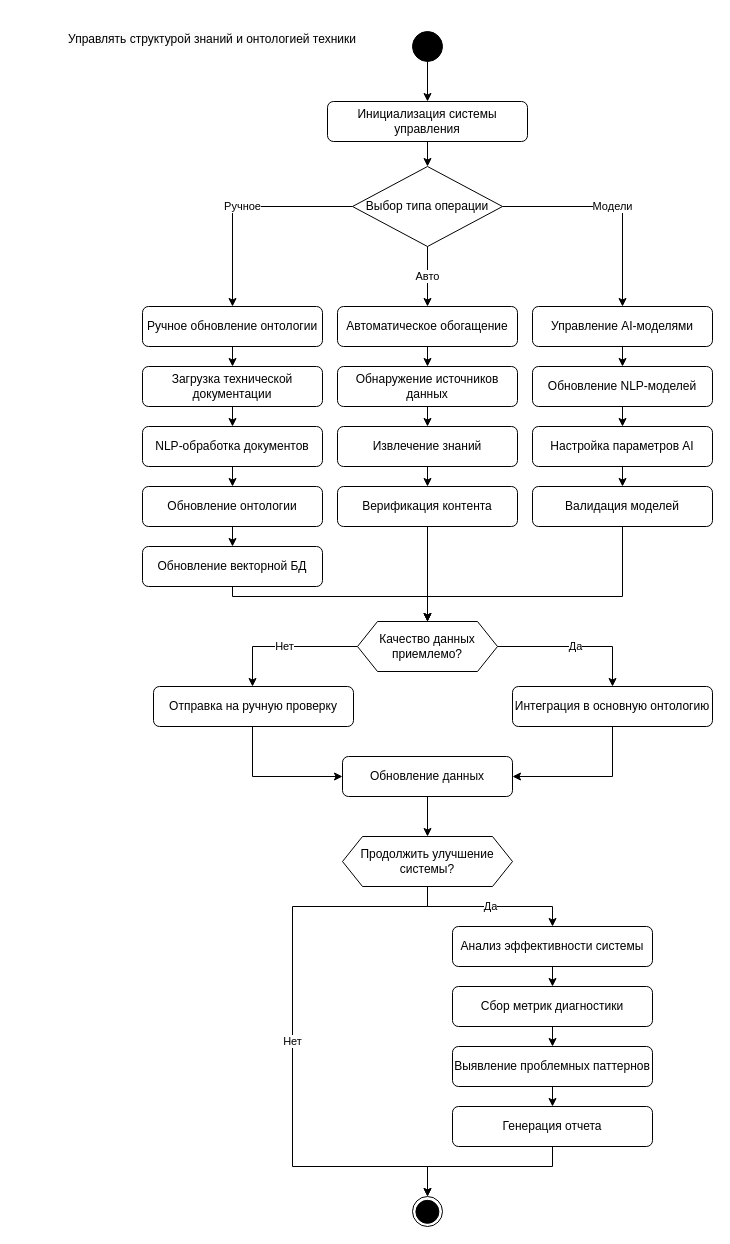
ArtemTis/system-engineering-playbook keeps this draw.io diagram as diagrams-codes/UML/activity/knowledges_activity.drawio. Above is the earlier version. Source tidied: cells renumbered, new cells numbered last; positions are measured from the earlier drawing's top-left corner, leaving out a move shared by most shapes. Both pictures are drawn from the tidied source at 100%, with x=0, y=0 at pixel (17, 26).
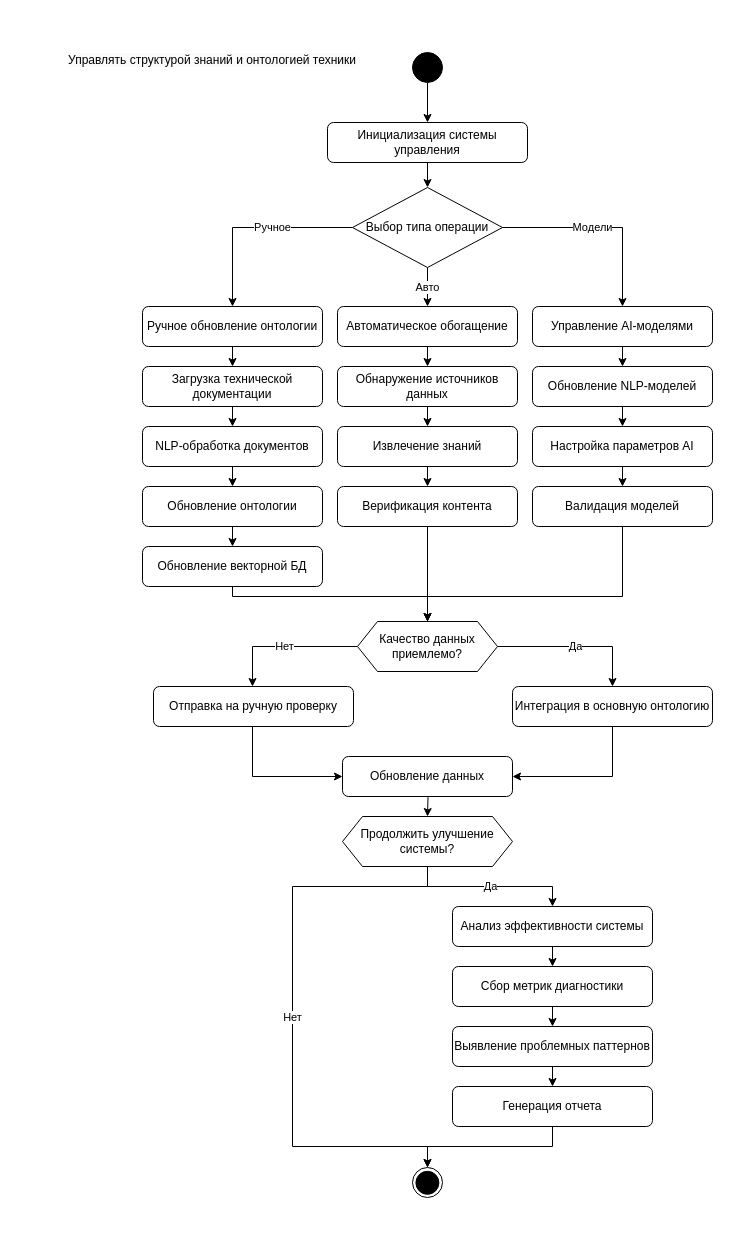
Above is the later version.

The change refers to these unchanged cells:
```xml
<mxCell id="5" value="Ручное обновление онтологии" style="rounded=1;whiteSpace=wrap;html=1;" parent="1" vertex="1">
  <mxGeometry x="125" y="280" width="180" height="40" as="geometry" />
</mxCell>
<mxCell id="14" value="Управление AI-моделями" style="rounded=1;whiteSpace=wrap;html=1;" parent="1" vertex="1">
  <mxGeometry x="515" y="280" width="180" height="40" as="geometry" />
</mxCell>
<mxCell id="50" style="ellipse;whiteSpace=wrap;html=1;" parent="49" vertex="1">
  <mxGeometry width="30" height="30" as="geometry" />
</mxCell>
<mxCell id="60" value="Обновление данных" style="rounded=1;whiteSpace=wrap;html=1;" parent="1" vertex="1">
  <mxGeometry x="325" y="730" width="170" height="40" as="geometry" />
</mxCell>
```

Diff of the diagram source:
```diff
@@
     <mxCell id="2" value="&#10;&lt;span style=&quot;forced-color-adjust: none; color: rgb(0, 0, 0); font-family: Helvetica; font-size: 12px; font-style: normal; font-variant-ligatures: normal; font-variant-caps: normal; font-weight: 400; letter-spacing: normal; orphans: 2; text-indent: 0px; text-transform: none; widows: 2; word-spacing: 0px; -webkit-text-stroke-width: 0px; white-space: normal; background-color: rgb(251, 251, 251); text-decoration-thickness: initial; text-decoration-style: initial; text-decoration-color: initial;&quot;&gt;Управлять структурой знаний&amp;nbsp;&lt;/span&gt;&lt;span style=&quot;forced-color-adjust: none; color: rgb(0, 0, 0); font-family: Helvetica; font-size: 12px; font-style: normal; font-variant-ligatures: normal; font-variant-caps: normal; font-weight: 400; letter-spacing: normal; orphans: 2; text-indent: 0px; text-transform: none; widows: 2; word-spacing: 0px; -webkit-text-stroke-width: 0px; white-space: normal; background-color: rgb(251, 251, 251); text-decoration-thickness: initial; text-decoration-style: initial; text-decoration-color: initial;&quot;&gt;и онтологией техники&lt;/span&gt;&#10;&#10;" style="text;whiteSpace=wrap;html=1;align=center;verticalAlign=middle;" parent="1" vertex="1">
-      <mxGeometry width="390" height="40" as="geometry" />
+      <mxGeometry y="21" width="390" height="40" as="geometry" />
     </mxCell>
     <mxCell id="3" style="ellipse;whiteSpace=wrap;html=1;fillColor=#000000;strokeColor=#000000;" parent="1" vertex="1">
-      <mxGeometry x="395" y="5" width="30" height="30" as="geometry" />
+      <mxGeometry x="395" y="26" width="30" height="30" as="geometry" />
     </mxCell>
     <mxCell id="4" value="Инициализация системы управления" style="rounded=1;whiteSpace=wrap;html=1;" parent="1" vertex="1">
-      <mxGeometry x="310" y="75" width="200" height="40" as="geometry" />
+      <mxGeometry x="310" y="96" width="200" height="40" as="geometry" />
     </mxCell>
@@
     <mxCell id="20" value="Анализ эффективности системы" style="rounded=1;whiteSpace=wrap;html=1;" parent="1" vertex="1">
-      <mxGeometry x="435" y="900" width="200" height="40" as="geometry" />
+      <mxGeometry x="435" y="880" width="200" height="40" as="geometry" />
     </mxCell>
     <mxCell id="21" value="Сбор метрик диагностики" style="rounded=1;whiteSpace=wrap;html=1;" parent="1" vertex="1">
-      <mxGeometry x="435" y="960" width="200" height="40" as="geometry" />
+      <mxGeometry x="435" y="940" width="200" height="40" as="geometry" />
     </mxCell>
     <mxCell id="22" value="Выявление проблемных паттернов" style="rounded=1;whiteSpace=wrap;html=1;" parent="1" vertex="1">
-      <mxGeometry x="435" y="1020" width="200" height="40" as="geometry" />
+      <mxGeometry x="435" y="1000" width="200" height="40" as="geometry" />
     </mxCell>
     <mxCell id="23" value="Генерация отчета" style="rounded=1;whiteSpace=wrap;html=1;" parent="1" vertex="1">
-      <mxGeometry x="435" y="1080" width="200" height="40" as="geometry" />
+      <mxGeometry x="435" y="1060" width="200" height="40" as="geometry" />
     </mxCell>
@@
     <mxCell id="43" value="Да" style="endArrow=classic;html=1;rounded=0;edgeStyle=orthogonalEdgeStyle;" parent="1" edge="1" source="58" target="20">
       <mxGeometry relative="1" as="geometry">
         <Array as="points">
-          <mxPoint x="410" y="880" />
-          <mxPoint x="535" y="880" />
+          <mxPoint x="410" y="860" />
+          <mxPoint x="535" y="860" />
         </Array>
       </mxGeometry>
     </mxCell>
     <mxCell id="44" value="Нет" style="endArrow=classic;html=1;rounded=0;edgeStyle=orthogonalEdgeStyle;entryX=0.5;entryY=0;entryDx=0;entryDy=0;" parent="1" edge="1" source="58" target="50">
       <mxGeometry relative="1" as="geometry">
         <Array as="points">
-          <mxPoint x="410" y="880" />
-          <mxPoint x="275" y="880" />
-          <mxPoint x="275" y="1140" />
-          <mxPoint x="410" y="1140" />
+          <mxPoint x="410" y="860" />
+          <mxPoint x="275" y="860" />
+          <mxPoint x="275" y="1120" />
+          <mxPoint x="410" y="1120" />
         </Array>
       </mxGeometry>
     </mxCell>
@@
     <mxCell id="48" style="endArrow=classic;html=1;rounded=0;edgeStyle=orthogonalEdgeStyle;" parent="1" edge="1" source="23" target="50">
       <mxGeometry relative="1" as="geometry">
         <Array as="points">
-          <mxPoint x="535" y="1140" />
-          <mxPoint x="410" y="1140" />
+          <mxPoint x="535" y="1120" />
+          <mxPoint x="410" y="1120" />
         </Array>
       </mxGeometry>
     </mxCell>
     <mxCell id="49" style="group;" parent="1" vertex="1">
-      <mxGeometry x="395" y="1170" width="30" height="30" as="geometry" />
+      <mxGeometry x="395" y="1141" width="30" height="30" as="geometry" />
     </mxCell>
@@
     <mxCell id="52" value="Выбор типа операции" style="rhombus;whiteSpace=wrap;html=1;" parent="1" vertex="1">
-      <mxGeometry x="335" y="140" width="150" height="80" as="geometry" />
+      <mxGeometry x="335" y="161" width="150" height="80" as="geometry" />
     </mxCell>
     <mxCell id="53" value="Ручное" style="endArrow=classic;html=1;rounded=0;edgeStyle=orthogonalEdgeStyle;" parent="1" edge="1" source="52" target="5">
-      <mxGeometry relative="1" as="geometry" />
+      <mxGeometry x="-0.2" relative="1" as="geometry" />
     </mxCell>
@@
     <mxCell id="55" value="Модели" style="endArrow=classic;html=1;rounded=0;edgeStyle=orthogonalEdgeStyle;" parent="1" edge="1" source="52" target="14">
-      <mxGeometry relative="1" as="geometry" />
+      <mxGeometry x="-0.1" relative="1" as="geometry" />
     </mxCell>
@@
     <mxCell id="58" value="Продолжить улучшение системы?" style="shape=hexagon;perimeter=hexagonPerimeter2;whiteSpace=wrap;html=1;fixedSize=1;" parent="1" vertex="1">
-      <mxGeometry x="325" y="810" width="170" height="50" as="geometry" />
+      <mxGeometry x="325" y="790" width="170" height="50" as="geometry" />
     </mxCell>
-    <mxCell id="59" style="edgeStyle=orthogonalEdgeStyle;rounded=0;jettySize=auto;html=1;" parent="1" edge="1" source="60" target="58">
-      <mxGeometry relative="1" as="geometry" />
+    <mxCell id="59" style="edgeStyle=orthogonalEdgeStyle;rounded=0;jettySize=auto;html=1;" parent="1" edge="1" target="58">
+      <mxGeometry relative="1" as="geometry">
+        <mxPoint x="410" y="750" as="sourcePoint" />
+      </mxGeometry>
     </mxCell>
```
